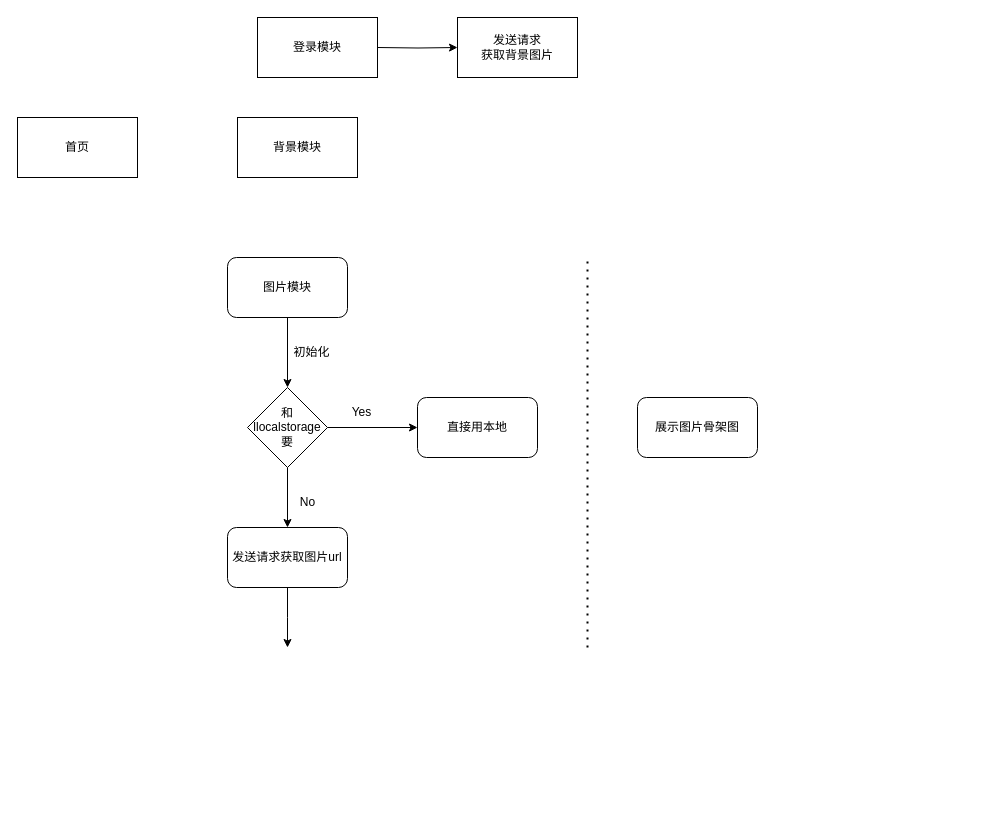
Above: page "前端" (5 of 6) of social life internal system.drawio in Saiable/drawio (draw.io), before the change. Source tidied: cells renumbered, new cells numbered last; positions are measured from the earlier drawing's top-left corner, leaving out a move shared by most shapes. Both pictures are drawn from the tidied source at 100%, with x=0, y=0 at pixel (17, 17).
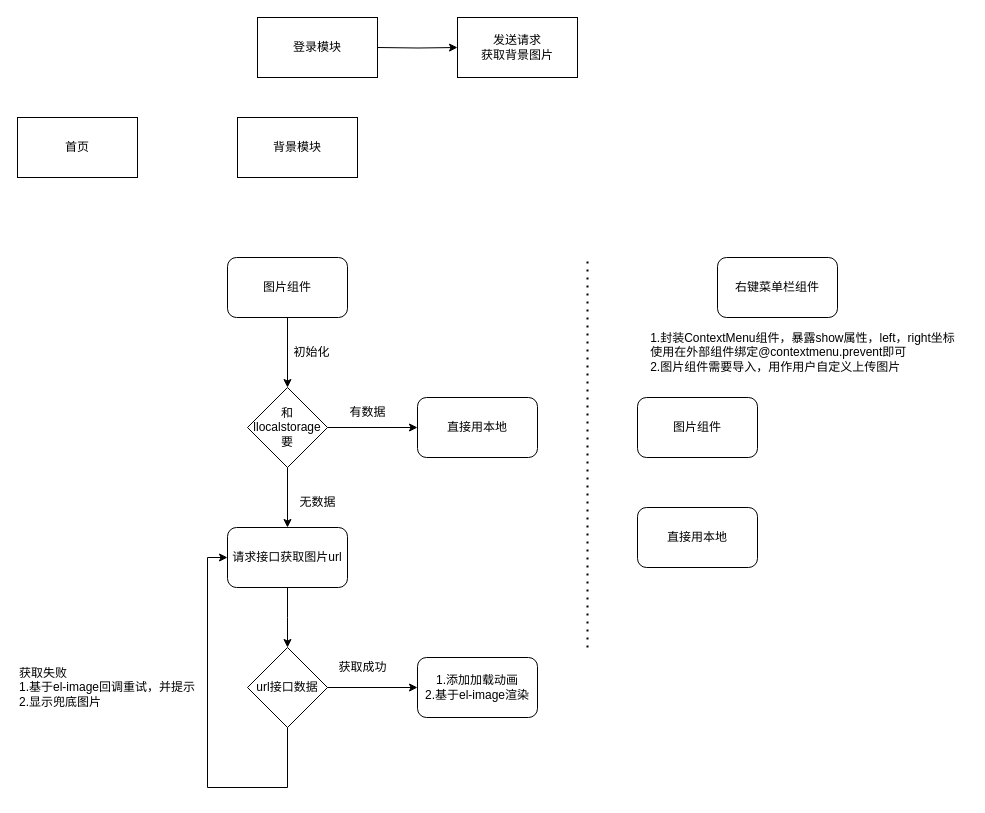
After the change.

What changed in the source:
```diff
@@
-    <mxCell id="8" value="图片模块" style="rounded=1;whiteSpace=wrap;html=1;" parent="1" vertex="1">
+    <mxCell id="8" value="图片组件" style="rounded=1;whiteSpace=wrap;html=1;" parent="1" vertex="1">
       <mxGeometry x="210" y="240" width="120" height="60" as="geometry" />
     </mxCell>
@@
-    <mxCell id="10" value="发送请求获取图片url" style="whiteSpace=wrap;html=1;rounded=1;" parent="1" vertex="1">
+    <mxCell id="10" value="请求接口获取图片url" style="whiteSpace=wrap;html=1;rounded=1;" parent="1" vertex="1">
       <mxGeometry x="210" y="510" width="120" height="60" as="geometry" />
     </mxCell>
-    <mxCell id="11" value="Yes" style="text;html=1;align=center;verticalAlign=middle;strokeColor=none;fillColor=none;" parent="1" vertex="1">
-      <mxGeometry x="324" y="380" width="40" height="30" as="geometry" />
-    </mxCell>
@@
-    <mxCell id="16" value="No" style="text;html=1;align=center;verticalAlign=middle;strokeColor=none;fillColor=none;" parent="1" vertex="1">
-      <mxGeometry x="270" y="470" width="40" height="30" as="geometry" />
+    <mxCell id="16" value="无数据" style="text;html=1;align=center;verticalAlign=middle;strokeColor=none;fillColor=none;" parent="1" vertex="1">
+      <mxGeometry x="270" y="470" width="60" height="30" as="geometry" />
     </mxCell>
@@
-    <mxCell id="18" value="展示图片骨架图" style="whiteSpace=wrap;html=1;rounded=1;" parent="1" vertex="1">
-      <mxGeometry x="620" y="380" width="120" height="60" as="geometry" />
-    </mxCell>
@@
+    <mxCell id="20" style="edgeStyle=orthogonalEdgeStyle;rounded=0;jettySize=auto;html=1;" parent="1" edge="1" source="22" target="23">
+      <mxGeometry relative="1" as="geometry" />
+    </mxCell>
+    <mxCell id="21" style="edgeStyle=orthogonalEdgeStyle;rounded=0;jettySize=auto;html=1;entryX=0;entryY=0.5;entryDx=0;entryDy=0;" parent="1" edge="1" source="22" target="10">
+      <mxGeometry relative="1" as="geometry">
+        <Array as="points">
+          <mxPoint x="270" y="770" />
+          <mxPoint x="190" y="770" />
+          <mxPoint x="190" y="540" />
+        </Array>
+      </mxGeometry>
+    </mxCell>
+    <mxCell id="22" value="url接口数据" style="rhombus;whiteSpace=wrap;html=1;" parent="1" vertex="1">
+      <mxGeometry x="230" y="630" width="80" height="80" as="geometry" />
+    </mxCell>
+    <mxCell id="23" value="1.添加加载动画&lt;br&gt;2.基于el-image渲染" style="whiteSpace=wrap;html=1;rounded=1;align=center;" parent="1" vertex="1">
+      <mxGeometry x="400" y="640" width="120" height="60" as="geometry" />
+    </mxCell>
+    <mxCell id="24" value="有数据" style="text;html=1;align=center;verticalAlign=middle;strokeColor=none;fillColor=none;" parent="1" vertex="1">
+      <mxGeometry x="320" y="380" width="60" height="30" as="geometry" />
+    </mxCell>
+    <mxCell id="25" value="获取成功" style="text;html=1;align=center;verticalAlign=middle;strokeColor=none;fillColor=none;" parent="1" vertex="1">
+      <mxGeometry x="310" y="635" width="70" height="30" as="geometry" />
+    </mxCell>
+    <mxCell id="26" value="获取失败&lt;br&gt;1.基于el-image回调重试，并提示&lt;br&gt;2.显示兜底图片" style="text;html=1;align=left;verticalAlign=middle;strokeColor=none;fillColor=none;" parent="1" vertex="1">
+      <mxGeometry y="640" width="200" height="60" as="geometry" />
+    </mxCell>
+    <mxCell id="27" value="右键菜单栏组件" style="rounded=1;whiteSpace=wrap;html=1;" parent="1" vertex="1">
+      <mxGeometry x="700" y="240" width="120" height="60" as="geometry" />
+    </mxCell>
+    <mxCell id="28" value="&lt;div style=&quot;text-align: left;&quot;&gt;&lt;span style=&quot;background-color: initial;&quot;&gt;1.封装ContextMenu组件，暴露show属性，left，right坐标&lt;/span&gt;&lt;/div&gt;&lt;div style=&quot;text-align: left;&quot;&gt;&lt;span style=&quot;background-color: initial;&quot;&gt;使用在外部组件绑定@contextmenu.prevent即可&lt;/span&gt;&lt;/div&gt;&lt;div style=&quot;text-align: left;&quot;&gt;2.图片组件需要导入，用作用户自定义上传图片&lt;/div&gt;" style="text;html=1;align=center;verticalAlign=middle;strokeColor=none;fillColor=none;" parent="1" vertex="1">
+      <mxGeometry x="620" y="305" width="330" height="60" as="geometry" />
+    </mxCell>
+    <mxCell id="29" value="图片组件" style="rounded=1;whiteSpace=wrap;html=1;" parent="1" vertex="1">
+      <mxGeometry x="620" y="380" width="120" height="60" as="geometry" />
+    </mxCell>
+    <mxCell id="30" value="直接用本地" style="whiteSpace=wrap;html=1;rounded=1;" parent="1" vertex="1">
+      <mxGeometry x="620" y="490" width="120" height="60" as="geometry" />
+    </mxCell>
```
